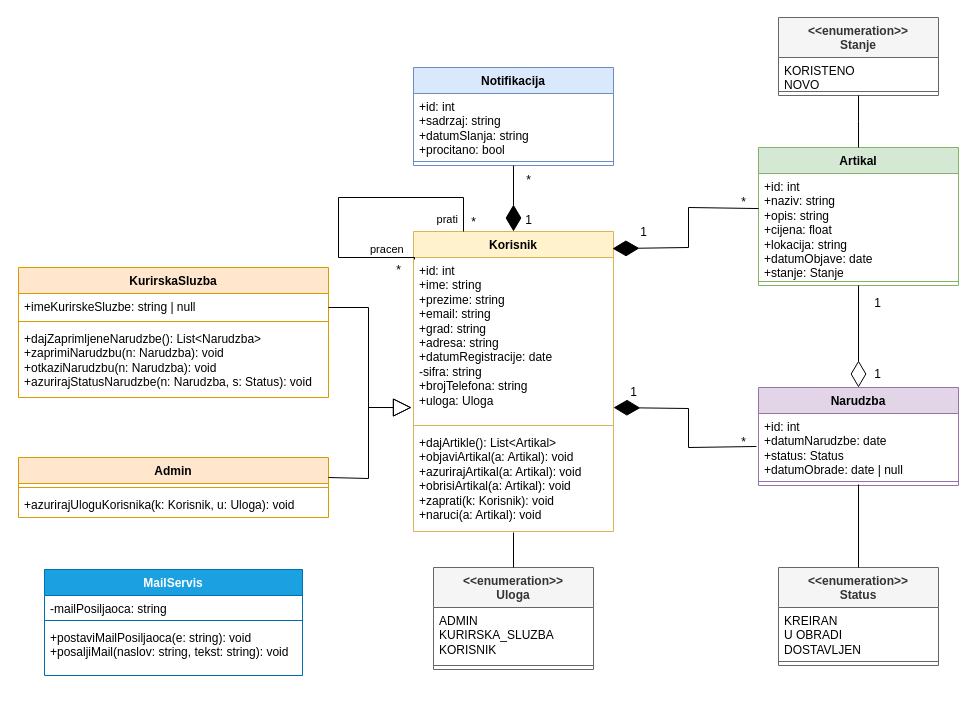
Above: DijagramKlasa.drawio in ooad-2024-2025/Grupa1-Tim1 (draw.io), before the change. Source tidied: cells renumbered, new cells numbered last; positions are measured from the earlier drawing's top-left corner, leaving out a move shared by most shapes. Both pictures are drawn from the tidied source at 100%, with x=0, y=0 at pixel (18, 17).
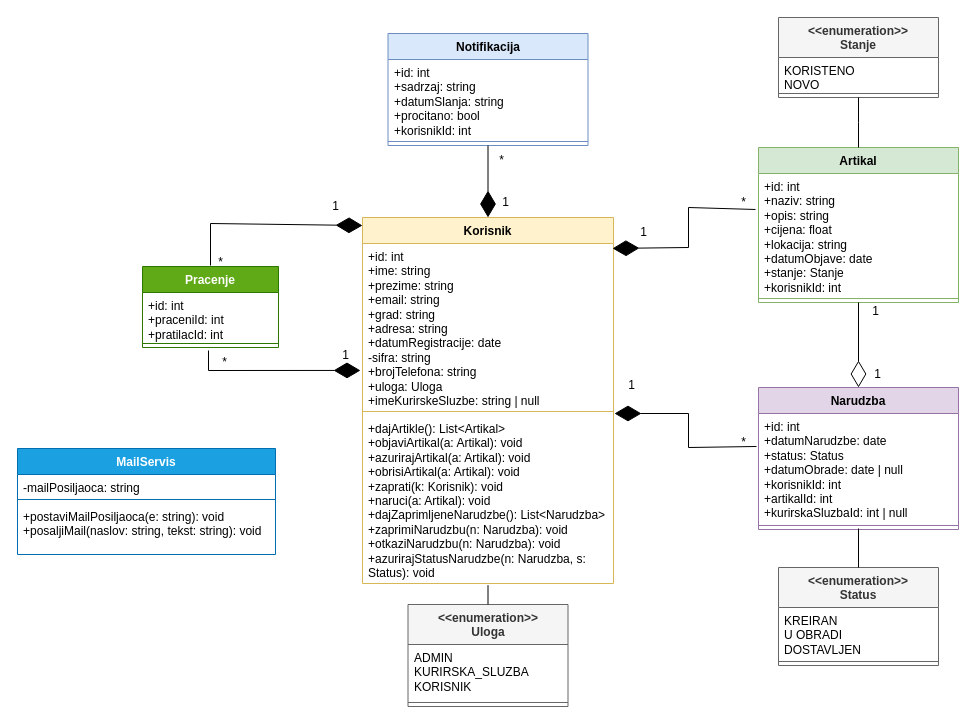
The same diagram, later.

Commit message (it also covers changes not shown here):
novi dijagram

The change refers to these unchanged cells:
```xml
<mxCell id="43" value="*" style="text;html=1;align=center;verticalAlign=middle;points=[];strokeColor=none;fillColor=none;" parent="1" vertex="1">
  <mxGeometry x="710" y="170" width="30" height="30" as="geometry" />
</mxCell>
<mxCell id="47" value="*" style="text;html=1;align=center;verticalAlign=middle;points=[];strokeColor=none;fillColor=none;" parent="1" vertex="1">
  <mxGeometry x="710" y="410" width="30" height="30" as="geometry" />
</mxCell>
```

What changed in the source:
```diff
@@
     <mxCell id="2" value="Korisnik" style="swimlane;fontStyle=1;align=center;verticalAlign=top;horizontal=1;startSize=26;whiteSpace=wrap;html=1;fillColor=#fff2cc;strokeColor=#d6b656;" parent="1" vertex="1">
-      <mxGeometry x="395" y="214" width="200" height="300" as="geometry" />
+      <mxGeometry x="344" y="200" width="251" height="366" as="geometry" />
     </mxCell>
-    <mxCell id="3" value="+id: int&lt;div&gt;+ime: string&lt;/div&gt;&lt;div&gt;+prezime: string&lt;/div&gt;&lt;div&gt;+email: string&lt;/div&gt;&lt;div&gt;+grad: string&lt;/div&gt;&lt;div&gt;+adresa: string&lt;/div&gt;&lt;div&gt;+datumRegistracije: date&lt;/div&gt;&lt;div&gt;-sifra: string&lt;/div&gt;&lt;div&gt;+brojTelefona: string&lt;/div&gt;&lt;div&gt;+uloga: Uloga&lt;/div&gt;&lt;div&gt;&lt;br&gt;&lt;/div&gt;" style="text;strokeColor=none;fillColor=none;align=left;verticalAlign=top;spacingLeft=4;spacingRight=4;overflow=hidden;points=[[0,0.5],[1,0.5]];portConstraint=eastwest;whiteSpace=wrap;html=1;" parent="2" vertex="1">
-      <mxGeometry y="26" width="200" height="164" as="geometry" />
+    <mxCell id="3" value="+id: int&lt;div&gt;+ime: string&lt;/div&gt;&lt;div&gt;+prezime: string&lt;/div&gt;&lt;div&gt;+email: string&lt;/div&gt;&lt;div&gt;+grad: string&lt;/div&gt;&lt;div&gt;+adresa: string&lt;/div&gt;&lt;div&gt;+datumRegistracije: date&lt;/div&gt;&lt;div&gt;-sifra: string&lt;/div&gt;&lt;div&gt;+brojTelefona: string&lt;/div&gt;&lt;div&gt;+uloga: Uloga&lt;/div&gt;&lt;div&gt;+imeKurirskeSluzbe: string | null&lt;/div&gt;" style="text;strokeColor=none;fillColor=none;align=left;verticalAlign=top;spacingLeft=4;spacingRight=4;overflow=hidden;points=[[0,0.5],[1,0.5]];portConstraint=eastwest;whiteSpace=wrap;html=1;" parent="2" vertex="1">
+      <mxGeometry y="26" width="251" height="164" as="geometry" />
     </mxCell>
     <mxCell id="4" style="line;strokeWidth=1;fillColor=none;align=left;verticalAlign=middle;spacingTop=-1;spacingLeft=3;spacingRight=3;labelPosition=right;strokeColor=inherit;" parent="2" vertex="1">
-      <mxGeometry y="190" width="200" height="8" as="geometry" />
+      <mxGeometry y="190" width="251" height="8" as="geometry" />
     </mxCell>
-    <mxCell id="5" value="+dajArtikle(): List&amp;lt;Artikal&amp;gt;&lt;div&gt;+objaviArtikal(a: Artikal): void&lt;/div&gt;&lt;div&gt;+azurirajArtikal(a: Artikal): void&lt;/div&gt;&lt;div&gt;+obrisiArtikal(a: Artikal): void&lt;br&gt;&lt;div&gt;+zaprati(k: Korisnik): void&lt;/div&gt;&lt;/div&gt;&lt;div&gt;+naruci(a: Artikal): void&lt;/div&gt;" style="text;strokeColor=none;fillColor=none;align=left;verticalAlign=top;spacingLeft=4;spacingRight=4;overflow=hidden;points=[[0,0.5],[1,0.5]];portConstraint=eastwest;whiteSpace=wrap;html=1;" parent="2" vertex="1">
-      <mxGeometry y="198" width="200" height="102" as="geometry" />
+    <mxCell id="5" value="+dajArtikle(): List&amp;lt;Artikal&amp;gt;&lt;div&gt;+objaviArtikal(a: Artikal): void&lt;/div&gt;&lt;div&gt;+azurirajArtikal(a: Artikal): void&lt;/div&gt;&lt;div&gt;+obrisiArtikal(a: Artikal): void&lt;br&gt;&lt;div&gt;+zaprati(k: Korisnik): void&lt;/div&gt;&lt;/div&gt;&lt;div&gt;+naruci(a: Artikal): void&lt;/div&gt;&lt;div&gt;&lt;div&gt;+dajZaprimljeneNarudzbe(): List&amp;lt;Narudzba&amp;gt;&lt;/div&gt;+zaprimiNarudzbu(n: Narudzba): void&lt;div&gt;+otkaziNarudzbu(n: Narudzba): void&lt;/div&gt;&lt;div&gt;+azurirajStatusNarudzbe(n: Narudzba, s: Status): void&lt;/div&gt;&lt;/div&gt;" style="text;strokeColor=none;fillColor=none;align=left;verticalAlign=top;spacingLeft=4;spacingRight=4;overflow=hidden;points=[[0,0.5],[1,0.5]];portConstraint=eastwest;whiteSpace=wrap;html=1;" parent="2" vertex="1">
+      <mxGeometry y="198" width="251" height="168" as="geometry" />
     </mxCell>
-    <mxCell id="6" style="endArrow=none;html=1;edgeStyle=orthogonalEdgeStyle;rounded=0;entryX=0.25;entryY=0;entryDx=0;entryDy=0;exitX=0.005;exitY=0.012;exitDx=0;exitDy=0;exitPerimeter=0;" parent="2" edge="1" source="3" target="2">
-      <mxGeometry relative="1" as="geometry">
-        <Array as="points">
-          <mxPoint x="1" y="26" />
-          <mxPoint x="-75" y="26" />
-          <mxPoint x="-75" y="-34" />
-          <mxPoint x="50" y="-34" />
-        </Array>
-      </mxGeometry>
-    </mxCell>
-    <mxCell id="7" value="pracen" style="edgeLabel;html=1;align=left;verticalAlign=bottom;" parent="6" vertex="1">
-      <mxGeometry x="-1" relative="1" as="geometry">
-        <mxPoint x="-46" y="-2" as="offset" />
-      </mxGeometry>
-    </mxCell>
-    <mxCell id="8" value="prati" style="edgeLabel;html=1;align=right;verticalAlign=bottom;" parent="6" vertex="1">
-      <mxGeometry x="1" relative="1" as="geometry">
-        <mxPoint x="-5" y="-4" as="offset" />
-      </mxGeometry>
-    </mxCell>
     <mxCell id="9" value="&lt;div&gt;&amp;lt;&amp;lt;enumeration&amp;gt;&amp;gt;&lt;/div&gt;Uloga" style="swimlane;fontStyle=1;align=center;verticalAlign=top;horizontal=1;startSize=40;whiteSpace=wrap;html=1;fillColor=#f5f5f5;fontColor=#333333;strokeColor=#666666;" parent="1" vertex="1">
-      <mxGeometry x="415" y="550" width="160" height="102" as="geometry" />
+      <mxGeometry x="389.5" y="587" width="160" height="102" as="geometry" />
     </mxCell>
@@
     <mxCell id="12" value="Artikal" style="swimlane;fontStyle=1;align=center;verticalAlign=top;horizontal=1;startSize=26;whiteSpace=wrap;html=1;fillColor=#d5e8d4;strokeColor=#82b366;" parent="1" vertex="1">
-      <mxGeometry x="740" y="130" width="200" height="138" as="geometry" />
+      <mxGeometry x="740" y="130" width="200" height="155" as="geometry" />
     </mxCell>
-    <mxCell id="13" value="+id: int&lt;div&gt;+naziv: string&lt;/div&gt;&lt;div&gt;+opis: string&lt;/div&gt;&lt;div&gt;+cijena: float&lt;/div&gt;&lt;div&gt;+lokacija: string&lt;/div&gt;&lt;div&gt;+datumObjave: date&lt;/div&gt;&lt;div&gt;+stanje: Stanje&lt;/div&gt;&lt;div&gt;&lt;br&gt;&lt;/div&gt;" style="text;strokeColor=none;fillColor=none;align=left;verticalAlign=top;spacingLeft=4;spacingRight=4;overflow=hidden;points=[[0,0.5],[1,0.5]];portConstraint=eastwest;whiteSpace=wrap;html=1;" parent="12" vertex="1">
-      <mxGeometry y="26" width="200" height="104" as="geometry" />
+    <mxCell id="13" value="+id: int&lt;div&gt;+naziv: string&lt;/div&gt;&lt;div&gt;+opis: string&lt;/div&gt;&lt;div&gt;+cijena: float&lt;/div&gt;&lt;div&gt;+lokacija: string&lt;/div&gt;&lt;div&gt;+datumObjave: date&lt;/div&gt;&lt;div&gt;+stanje: Stanje&lt;/div&gt;&lt;div&gt;+korisnikId: int&lt;/div&gt;&lt;div&gt;&lt;br&gt;&lt;/div&gt;" style="text;strokeColor=none;fillColor=none;align=left;verticalAlign=top;spacingLeft=4;spacingRight=4;overflow=hidden;points=[[0,0.5],[1,0.5]];portConstraint=eastwest;whiteSpace=wrap;html=1;" parent="12" vertex="1">
+      <mxGeometry y="26" width="200" height="121" as="geometry" />
     </mxCell>
     <mxCell id="14" style="line;strokeWidth=1;fillColor=none;align=left;verticalAlign=middle;spacingTop=-1;spacingLeft=3;spacingRight=3;labelPosition=right;strokeColor=inherit;" parent="12" vertex="1">
-      <mxGeometry y="130" width="200" height="8" as="geometry" />
+      <mxGeometry y="147" width="200" height="8" as="geometry" />
     </mxCell>
     <mxCell id="15" value="&lt;div&gt;&amp;lt;&amp;lt;enumeration&amp;gt;&amp;gt;&lt;/div&gt;Stanje" style="swimlane;fontStyle=1;align=center;verticalAlign=top;horizontal=1;startSize=40;whiteSpace=wrap;html=1;fillColor=#f5f5f5;fontColor=#333333;strokeColor=#666666;" parent="1" vertex="1">
-      <mxGeometry x="760" width="160" height="78" as="geometry" />
+      <mxGeometry x="760" width="160" height="80" as="geometry" />
     </mxCell>
     <mxCell id="16" value="KORISTENO&lt;div&gt;NOVO&lt;/div&gt;" style="text;strokeColor=none;fillColor=none;align=left;verticalAlign=top;spacingLeft=4;spacingRight=4;overflow=hidden;whiteSpace=wrap;html=1;" parent="15" vertex="1">
-      <mxGeometry y="40" width="160" height="30" as="geometry" />
+      <mxGeometry y="40" width="160" height="32" as="geometry" />
     </mxCell>
     <mxCell id="17" style="line;strokeWidth=1;fillColor=none;align=left;verticalAlign=middle;spacingTop=-1;spacingLeft=3;spacingRight=3;labelPosition=right;strokeColor=inherit;" parent="15" vertex="1">
-      <mxGeometry y="70" width="160" height="8" as="geometry" />
+      <mxGeometry y="72" width="160" height="8" as="geometry" />
     </mxCell>
     <mxCell id="18" value="Narudzba" style="swimlane;fontStyle=1;align=center;verticalAlign=top;horizontal=1;startSize=26;whiteSpace=wrap;html=1;fillColor=#e1d5e7;strokeColor=#9673a6;" parent="1" vertex="1">
-      <mxGeometry x="740" y="370" width="200" height="98" as="geometry" />
+      <mxGeometry x="740" y="370" width="200" height="142" as="geometry" />
     </mxCell>
-    <mxCell id="19" value="+id: int&lt;div&gt;+datumNarudzbe: date&lt;/div&gt;&lt;div&gt;+status: Status&lt;/div&gt;&lt;div&gt;+datumObrade: date | null&lt;/div&gt;&lt;div&gt;&lt;br&gt;&lt;/div&gt;" style="text;strokeColor=none;fillColor=none;align=left;verticalAlign=top;spacingLeft=4;spacingRight=4;overflow=hidden;whiteSpace=wrap;html=1;" parent="18" vertex="1">
-      <mxGeometry y="26" width="200" height="64" as="geometry" />
+    <mxCell id="19" value="+id: int&lt;div&gt;+datumNarudzbe: date&lt;/div&gt;&lt;div&gt;+status: Status&lt;/div&gt;&lt;div&gt;+datumObrade: date | null&lt;/div&gt;&lt;div&gt;+korisnikId: int&lt;/div&gt;&lt;div&gt;+artikalId: int&lt;/div&gt;&lt;div&gt;+kurirskaSluzbaId: int | null&lt;/div&gt;" style="text;strokeColor=none;fillColor=none;align=left;verticalAlign=top;spacingLeft=4;spacingRight=4;overflow=hidden;whiteSpace=wrap;html=1;" parent="18" vertex="1">
+      <mxGeometry y="26" width="200" height="108" as="geometry" />
     </mxCell>
     <mxCell id="20" style="line;strokeWidth=1;fillColor=none;align=left;verticalAlign=middle;spacingTop=-1;spacingLeft=3;spacingRight=3;labelPosition=right;points=[];portConstraint=eastwest;strokeColor=inherit;" parent="18" vertex="1">
-      <mxGeometry y="90" width="200" height="8" as="geometry" />
+      <mxGeometry y="134" width="200" height="8" as="geometry" />
     </mxCell>
@@
     <mxCell id="24" value="Notifikacija" style="swimlane;fontStyle=1;align=center;verticalAlign=top;horizontal=1;startSize=26;whiteSpace=wrap;html=1;fillColor=#dae8fc;strokeColor=#6c8ebf;" parent="1" vertex="1">
-      <mxGeometry x="395" y="50" width="200" height="98" as="geometry" />
+      <mxGeometry x="369.5" y="16" width="200" height="112" as="geometry" />
     </mxCell>
-    <mxCell id="25" value="&lt;div&gt;+id: int&lt;/div&gt;&lt;div&gt;+sadrzaj: string&lt;/div&gt;&lt;div&gt;+datumSlanja: string&lt;/div&gt;&lt;div&gt;+procitano: bool&lt;/div&gt;" style="text;strokeColor=none;fillColor=none;align=left;verticalAlign=top;spacingLeft=4;spacingRight=4;overflow=hidden;whiteSpace=wrap;html=1;" parent="24" vertex="1">
-      <mxGeometry y="26" width="200" height="64" as="geometry" />
+    <mxCell id="25" value="&lt;div&gt;+id: int&lt;/div&gt;&lt;div&gt;+sadrzaj: string&lt;/div&gt;&lt;div&gt;+datumSlanja: string&lt;/div&gt;&lt;div&gt;+procitano: bool&lt;/div&gt;&lt;div&gt;+korisnikId: int&lt;/div&gt;" style="text;strokeColor=none;fillColor=none;align=left;verticalAlign=top;spacingLeft=4;spacingRight=4;overflow=hidden;whiteSpace=wrap;html=1;" parent="24" vertex="1">
+      <mxGeometry y="26" width="200" height="78" as="geometry" />
     </mxCell>
     <mxCell id="26" style="line;strokeWidth=1;fillColor=none;align=left;verticalAlign=middle;spacingTop=-1;spacingLeft=3;spacingRight=3;labelPosition=right;strokeColor=inherit;" parent="24" vertex="1">
-      <mxGeometry y="90" width="200" height="8" as="geometry" />
+      <mxGeometry y="104" width="200" height="8" as="geometry" />
     </mxCell>
-    <mxCell id="27" value="KurirskaSluzba" style="swimlane;fontStyle=1;align=center;verticalAlign=top;horizontal=1;startSize=26;whiteSpace=wrap;html=1;fillColor=#ffe6cc;strokeColor=#d79b00;" parent="1" vertex="1">
-      <mxGeometry y="250" width="310" height="130" as="geometry" />
-    </mxCell>
-    <mxCell id="28" value="+imeKurirskeSluzbe: string | null" style="text;strokeColor=none;fillColor=none;align=left;verticalAlign=top;spacingLeft=4;spacingRight=4;overflow=hidden;whiteSpace=wrap;html=1;" parent="27" vertex="1">
-      <mxGeometry y="26" width="310" height="24" as="geometry" />
-    </mxCell>
-    <mxCell id="29" style="line;strokeWidth=1;fillColor=none;align=left;verticalAlign=middle;spacingTop=-1;spacingLeft=3;spacingRight=3;labelPosition=right;strokeColor=inherit;" parent="27" vertex="1">
-      <mxGeometry y="50" width="310" height="8" as="geometry" />
-    </mxCell>
-    <mxCell id="30" value="&lt;div&gt;+dajZaprimljeneNarudzbe(): List&amp;lt;Narudzba&amp;gt;&lt;/div&gt;+zaprimiNarudzbu(n: Narudzba): void&lt;div&gt;+otkaziNarudzbu(n: Narudzba): void&lt;/div&gt;&lt;div&gt;+azurirajStatusNarudzbe(n: Narudzba, s: Status): void&lt;/div&gt;" style="text;strokeColor=none;fillColor=none;align=left;verticalAlign=top;spacingLeft=4;spacingRight=4;overflow=hidden;whiteSpace=wrap;html=1;" parent="27" vertex="1">
-      <mxGeometry y="58" width="310" height="72" as="geometry" />
-    </mxCell>
-    <mxCell id="31" value="Admin" style="swimlane;fontStyle=1;align=center;verticalAlign=top;horizontal=1;startSize=26;whiteSpace=wrap;html=1;fillColor=#ffe6cc;strokeColor=#d79b00;" parent="1" vertex="1">
-      <mxGeometry y="440" width="310" height="60" as="geometry" />
-    </mxCell>
-    <mxCell id="32" style="line;strokeWidth=1;fillColor=none;align=left;verticalAlign=middle;spacingTop=-1;spacingLeft=3;spacingRight=3;labelPosition=right;strokeColor=inherit;" parent="31" vertex="1">
-      <mxGeometry y="26" width="310" height="8" as="geometry" />
-    </mxCell>
-    <mxCell id="33" value="&lt;div&gt;+azurirajUloguKorisnika(k: Korisnik, u: Uloga): void&lt;/div&gt;" style="text;strokeColor=none;fillColor=none;align=left;verticalAlign=top;spacingLeft=4;spacingRight=4;overflow=hidden;whiteSpace=wrap;html=1;" parent="31" vertex="1">
-      <mxGeometry y="34" width="310" height="26" as="geometry" />
-    </mxCell>
-    <mxCell id="34" style="endArrow=block;endSize=16;endFill=0;html=1;rounded=0;entryX=-0.01;entryY=0.915;entryDx=0;entryDy=0;entryPerimeter=0;" parent="1" edge="1" target="3">
-      <mxGeometry relative="1" as="geometry">
-        <mxPoint x="310" y="290" as="sourcePoint" />
-        <Array as="points">
-          <mxPoint x="350" y="290" />
-          <mxPoint x="350" y="390" />
-        </Array>
-      </mxGeometry>
-    </mxCell>
-    <mxCell id="35" style="endArrow=block;endSize=16;endFill=0;html=1;rounded=0;exitX=1;exitY=0.5;exitDx=0;exitDy=0;entryX=-0.01;entryY=0.915;entryDx=0;entryDy=0;entryPerimeter=0;" parent="1" edge="1" target="3">
-      <mxGeometry relative="1" as="geometry">
-        <mxPoint x="310" y="460" as="sourcePoint" />
-        <Array as="points">
-          <mxPoint x="350" y="461" />
-          <mxPoint x="350" y="390" />
-        </Array>
-      </mxGeometry>
-    </mxCell>
@@
     <mxCell id="37" value="1" style="text;html=1;align=center;verticalAlign=middle;strokeColor=none;fillColor=none;" parent="1" vertex="1">
-      <mxGeometry x="495" y="188" width="30" height="30" as="geometry" />
+      <mxGeometry x="472" y="170" width="30" height="30" as="geometry" />
     </mxCell>
     <mxCell id="38" value="*" style="text;html=1;align=center;verticalAlign=middle;strokeColor=none;fillColor=none;" parent="1" vertex="1">
-      <mxGeometry x="495" y="148" width="30" height="30" as="geometry" />
+      <mxGeometry x="468" y="128" width="30" height="30" as="geometry" />
     </mxCell>
@@
-    <mxCell id="41" style="endArrow=diamondThin;endFill=1;endSize=24;html=1;rounded=0;entryX=0.995;entryY=0.057;entryDx=0;entryDy=0;entryPerimeter=0;exitX=0;exitY=0.337;exitDx=0;exitDy=0;exitPerimeter=0;" parent="1" edge="1" source="13" target="2">
+    <mxCell id="41" style="endArrow=diamondThin;endFill=1;endSize=24;html=1;rounded=0;entryX=0.996;entryY=0.03;entryDx=0;entryDy=0;entryPerimeter=0;exitX=0.9;exitY=0.733;exitDx=0;exitDy=0;exitPerimeter=0;" parent="1" edge="1" source="43" target="3">
       <mxGeometry relative="1" as="geometry">
         <Array as="points">
           <mxPoint x="670" y="190" />
           <mxPoint x="670" y="230" />
         </Array>
       </mxGeometry>
     </mxCell>
@@
-    <mxCell id="45" style="endArrow=diamondThin;endFill=1;endSize=24;html=1;rounded=0;entryX=1;entryY=0.915;entryDx=0;entryDy=0;entryPerimeter=0;exitX=0.933;exitY=0.633;exitDx=0;exitDy=0;exitPerimeter=0;" parent="1" edge="1" source="47" target="3">
+    <mxCell id="45" style="endArrow=diamondThin;endFill=1;endSize=24;html=1;rounded=0;exitX=0.933;exitY=0.633;exitDx=0;exitDy=0;exitPerimeter=0;" parent="1" edge="1" source="47">
       <mxGeometry relative="1" as="geometry">
+        <mxPoint x="596" y="396" as="targetPoint" />
         <Array as="points">
           <mxPoint x="670" y="430" />
-          <mxPoint x="670" y="391" />
+          <mxPoint x="670" y="396" />
         </Array>
       </mxGeometry>
     </mxCell>
     <mxCell id="46" value="1" style="text;html=1;align=center;verticalAlign=middle;strokeColor=none;fillColor=none;" parent="1" vertex="1">
-      <mxGeometry x="600" y="360" width="30" height="30" as="geometry" />
+      <mxGeometry x="598" y="353" width="30" height="30" as="geometry" />
     </mxCell>
@@
-    <mxCell id="48" value="*" style="text;html=1;align=center;verticalAlign=middle;strokeColor=none;fillColor=none;" parent="1" vertex="1">
-      <mxGeometry x="365" y="238" width="30" height="30" as="geometry" />
-    </mxCell>
-    <mxCell id="49" value="*" style="text;html=1;align=center;verticalAlign=middle;strokeColor=none;fillColor=none;" parent="1" vertex="1">
-      <mxGeometry x="440" y="190" width="30" height="30" as="geometry" />
-    </mxCell>
@@
     <mxCell id="52" value="1" style="text;html=1;align=center;verticalAlign=middle;strokeColor=none;fillColor=none;" parent="1" vertex="1">
-      <mxGeometry x="846" y="273" width="25" height="26" as="geometry" />
+      <mxGeometry x="844" y="281" width="25" height="26" as="geometry" />
     </mxCell>
     <mxCell id="53" value="MailServis" style="swimlane;fontStyle=1;align=center;verticalAlign=top;horizontal=1;startSize=26;whiteSpace=wrap;html=1;fillColor=#1ba1e2;strokeColor=#006EAF;fontColor=#ffffff;" parent="1" vertex="1">
-      <mxGeometry x="26" y="552" width="258" height="106" as="geometry" />
+      <mxGeometry x="-1" y="431" width="258" height="106" as="geometry" />
     </mxCell>
@@
+    <mxCell id="57" value="Pracenje" style="swimlane;fontStyle=1;align=center;verticalAlign=top;horizontal=1;startSize=26;whiteSpace=wrap;html=1;fillColor=#60a917;strokeColor=#2D7600;fontColor=#ffffff;" parent="1" vertex="1">
+      <mxGeometry x="124" y="249" width="136" height="81" as="geometry" />
+    </mxCell>
+    <mxCell id="58" value="&lt;div&gt;+id: int&lt;/div&gt;+praceniId: int&lt;div&gt;+pratilacId: int&lt;/div&gt;" style="text;strokeColor=none;fillColor=none;align=left;verticalAlign=top;spacingLeft=4;spacingRight=4;overflow=hidden;whiteSpace=wrap;html=1;" parent="57" vertex="1">
+      <mxGeometry y="26" width="136" height="47" as="geometry" />
+    </mxCell>
+    <mxCell id="59" style="line;strokeWidth=1;fillColor=none;align=left;verticalAlign=middle;spacingTop=-1;spacingLeft=3;spacingRight=3;labelPosition=right;strokeColor=inherit;" parent="57" vertex="1">
+      <mxGeometry y="73" width="136" height="8" as="geometry" />
+    </mxCell>
+    <mxCell id="60" style="endArrow=diamondThin;endFill=1;endSize=24;html=1;rounded=0;" parent="1" edge="1">
+      <mxGeometry relative="1" as="geometry">
+        <mxPoint x="192" y="248" as="sourcePoint" />
+        <mxPoint x="344" y="208" as="targetPoint" />
+        <Array as="points">
+          <mxPoint x="192" y="206" />
+        </Array>
+      </mxGeometry>
+    </mxCell>
+    <mxCell id="61" value="1" style="text;html=1;align=center;verticalAlign=middle;strokeColor=none;fillColor=none;" parent="1" vertex="1">
+      <mxGeometry x="302" y="174" width="30" height="30" as="geometry" />
+    </mxCell>
+    <mxCell id="62" value="*" style="text;html=1;align=center;verticalAlign=middle;strokeColor=none;fillColor=none;" parent="1" vertex="1">
+      <mxGeometry x="187" y="230" width="30" height="30" as="geometry" />
+    </mxCell>
+    <mxCell id="63" style="endArrow=diamondThin;endFill=1;endSize=24;html=1;rounded=0;entryX=-0.008;entryY=0.774;entryDx=0;entryDy=0;entryPerimeter=0;" parent="1" edge="1" target="3">
+      <mxGeometry relative="1" as="geometry">
+        <mxPoint x="190" y="333" as="sourcePoint" />
+        <Array as="points">
+          <mxPoint x="190" y="353" />
+        </Array>
+      </mxGeometry>
+    </mxCell>
+    <mxCell id="64" value="1" style="text;html=1;align=center;verticalAlign=middle;strokeColor=none;fillColor=none;" parent="1" vertex="1">
+      <mxGeometry x="312" y="323" width="30" height="30" as="geometry" />
+    </mxCell>
+    <mxCell id="65" value="*" style="text;html=1;align=center;verticalAlign=middle;strokeColor=none;fillColor=none;" parent="1" vertex="1">
+      <mxGeometry x="191" y="330" width="30" height="30" as="geometry" />
+    </mxCell>
```
